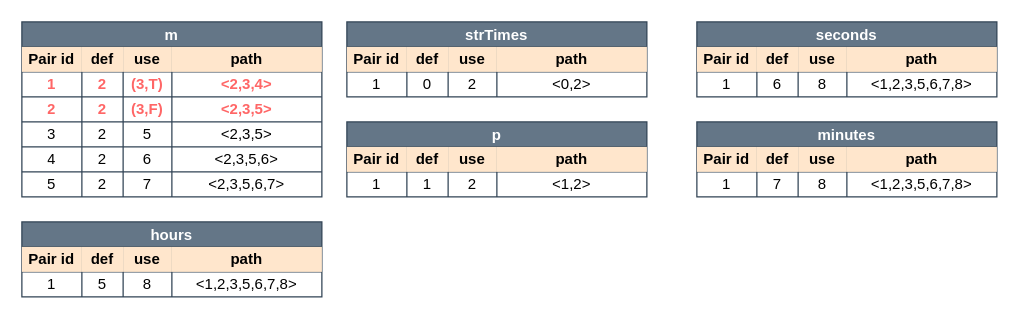
Earlier version of the draw.io diagram page "All-p-uses" (5 of 6) of docs/08_assignment/figures/parseSeconds.drawio (Jumaruba/jtimesched). Source tidied: cells renumbered, new cells numbered last; positions are measured from the earlier drawing's top-left corner, leaving out a move shared by most shapes. Both pictures are drawn from the tidied source at 125%, with x=0, y=0 at pixel (21, 21).
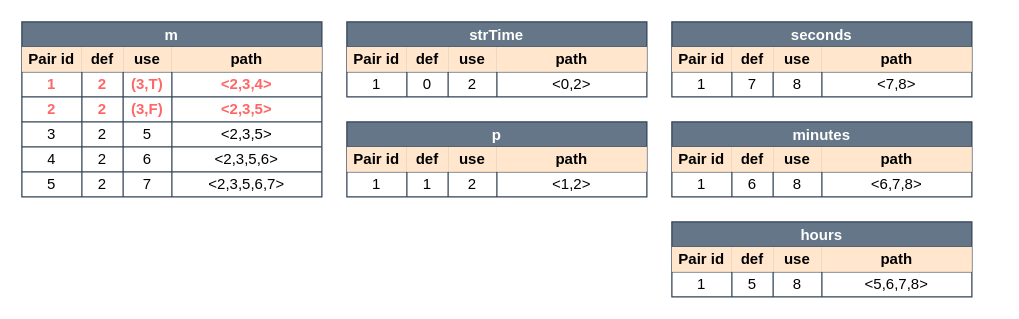
The same diagram, later.

Change to the diagram source:
```diff
@@
-    <mxCell id="33" value="hours" style="shape=table;startSize=20;childLayout=tableLayout;fontStyle=1;align=center;labelBackgroundColor=none;fontSize=12;fillColor=#647687;fontColor=#ffffff;strokeColor=#314354;" parent="1" vertex="1">
-      <mxGeometry y="160" width="240" height="60" as="geometry" />
-    </mxCell>
-    <mxCell id="34" style="shape=partialRectangle;html=1;whiteSpace=wrap;fillColor=none;top=0;left=0;bottom=0;right=0;labelBackgroundColor=none;fontSize=12;" parent="33" vertex="1">
-      <mxGeometry y="20" width="240" height="20" as="geometry" />
-    </mxCell>
-    <mxCell id="35" value="Pair id" style="shape=partialRectangle;html=1;whiteSpace=wrap;fillColor=#ffe6cc;top=0;left=0;bottom=0;right=0;overflow=hidden;labelBackgroundColor=none;fontSize=12;strokeColor=#d79b00;fontStyle=1;" parent="34" vertex="1">
-      <mxGeometry width="48" height="20" as="geometry" />
-    </mxCell>
-    <mxCell id="36" value="def" style="shape=partialRectangle;html=1;whiteSpace=wrap;fillColor=#ffe6cc;top=0;left=0;bottom=0;right=0;overflow=hidden;labelBackgroundColor=none;fontSize=12;strokeColor=#d79b00;fontStyle=1;" parent="34" vertex="1">
-      <mxGeometry x="48" width="33" height="20" as="geometry" />
-    </mxCell>
-    <mxCell id="37" value="use" style="shape=partialRectangle;html=1;whiteSpace=wrap;fillColor=#ffe6cc;top=0;left=0;bottom=0;right=0;overflow=hidden;labelBackgroundColor=none;fontSize=12;strokeColor=#d79b00;fontStyle=1;" parent="34" vertex="1">
-      <mxGeometry x="81" width="39" height="20" as="geometry" />
-    </mxCell>
-    <mxCell id="38" value="path" style="shape=partialRectangle;html=1;whiteSpace=wrap;fillColor=#ffe6cc;top=0;left=0;bottom=0;right=0;overflow=hidden;labelBackgroundColor=none;fontSize=12;strokeColor=#d79b00;fontStyle=1;" parent="34" vertex="1">
-      <mxGeometry x="120" width="120" height="20" as="geometry" />
-    </mxCell>
-    <mxCell id="39" style="shape=partialRectangle;html=1;whiteSpace=wrap;fillColor=none;top=0;left=0;bottom=0;right=0;labelBackgroundColor=none;fontSize=12;" parent="33" vertex="1">
-      <mxGeometry y="40" width="240" height="20" as="geometry" />
-    </mxCell>
-    <mxCell id="40" value="1" style="shape=partialRectangle;html=1;whiteSpace=wrap;fillColor=none;top=0;left=0;bottom=0;right=0;overflow=hidden;labelBackgroundColor=none;fontSize=12;" parent="39" vertex="1">
-      <mxGeometry width="48" height="20" as="geometry" />
-    </mxCell>
-    <mxCell id="41" value="5" style="shape=partialRectangle;html=1;whiteSpace=wrap;fillColor=none;top=0;left=0;bottom=0;right=0;overflow=hidden;labelBackgroundColor=none;fontSize=12;" parent="39" vertex="1">
-      <mxGeometry x="48" width="33" height="20" as="geometry" />
-    </mxCell>
-    <mxCell id="42" value="8" style="shape=partialRectangle;html=1;whiteSpace=wrap;fillColor=none;top=0;left=0;bottom=0;right=0;overflow=hidden;labelBackgroundColor=none;fontSize=12;" parent="39" vertex="1">
-      <mxGeometry x="81" width="39" height="20" as="geometry" />
-    </mxCell>
-    <mxCell id="43" value="&amp;lt;1,2,3,5,6,7,8&amp;gt;" style="shape=partialRectangle;html=1;whiteSpace=wrap;fillColor=none;top=0;left=0;bottom=0;right=0;overflow=hidden;labelBackgroundColor=none;fontSize=12;" parent="39" vertex="1">
-      <mxGeometry x="120" width="120" height="20" as="geometry" />
-    </mxCell>
-    <mxCell id="44" value="seconds" style="shape=table;startSize=20;childLayout=tableLayout;fontStyle=1;align=center;labelBackgroundColor=none;fontSize=12;fillColor=#647687;fontColor=#ffffff;strokeColor=#314354;perimeterSpacing=0;" parent="1" vertex="1">
-      <mxGeometry x="540" width="240" height="60" as="geometry" />
-    </mxCell>
-    <mxCell id="45" style="shape=partialRectangle;html=1;whiteSpace=wrap;fillColor=none;top=0;left=0;bottom=0;right=0;labelBackgroundColor=none;fontSize=12;" parent="44" vertex="1">
-      <mxGeometry y="20" width="240" height="20" as="geometry" />
-    </mxCell>
-    <mxCell id="46" value="Pair id" style="shape=partialRectangle;html=1;whiteSpace=wrap;fillColor=#ffe6cc;top=0;left=0;bottom=0;right=0;overflow=hidden;labelBackgroundColor=none;fontSize=12;strokeColor=#d79b00;fontStyle=1;" parent="45" vertex="1">
-      <mxGeometry width="48" height="20" as="geometry" />
-    </mxCell>
-    <mxCell id="47" value="def" style="shape=partialRectangle;html=1;whiteSpace=wrap;fillColor=#ffe6cc;top=0;left=0;bottom=0;right=0;overflow=hidden;labelBackgroundColor=none;fontSize=12;strokeColor=#d79b00;fontStyle=1;" parent="45" vertex="1">
-      <mxGeometry x="48" width="33" height="20" as="geometry" />
-    </mxCell>
-    <mxCell id="48" value="use" style="shape=partialRectangle;html=1;whiteSpace=wrap;fillColor=#ffe6cc;top=0;left=0;bottom=0;right=0;overflow=hidden;labelBackgroundColor=none;fontSize=12;strokeColor=#d79b00;fontStyle=1;" parent="45" vertex="1">
-      <mxGeometry x="81" width="39" height="20" as="geometry" />
-    </mxCell>
-    <mxCell id="49" value="path" style="shape=partialRectangle;html=1;whiteSpace=wrap;fillColor=#ffe6cc;top=0;left=0;bottom=0;right=0;overflow=hidden;labelBackgroundColor=none;fontSize=12;strokeColor=#d79b00;fontStyle=1;" parent="45" vertex="1">
-      <mxGeometry x="120" width="120" height="20" as="geometry" />
-    </mxCell>
-    <mxCell id="50" style="shape=partialRectangle;html=1;whiteSpace=wrap;fillColor=none;top=0;left=0;bottom=0;right=0;labelBackgroundColor=none;fontSize=12;" parent="44" vertex="1">
-      <mxGeometry y="40" width="240" height="20" as="geometry" />
-    </mxCell>
-    <mxCell id="51" value="1" style="shape=partialRectangle;html=1;whiteSpace=wrap;fillColor=none;top=0;left=0;bottom=0;right=0;overflow=hidden;labelBackgroundColor=none;fontSize=12;" parent="50" vertex="1">
-      <mxGeometry width="48" height="20" as="geometry" />
-    </mxCell>
-    <mxCell id="52" value="6" style="shape=partialRectangle;html=1;whiteSpace=wrap;fillColor=none;top=0;left=0;bottom=0;right=0;overflow=hidden;labelBackgroundColor=none;fontSize=12;" parent="50" vertex="1">
-      <mxGeometry x="48" width="33" height="20" as="geometry" />
-    </mxCell>
-    <mxCell id="53" value="8" style="shape=partialRectangle;html=1;whiteSpace=wrap;fillColor=none;top=0;left=0;bottom=0;right=0;overflow=hidden;labelBackgroundColor=none;fontSize=12;" parent="50" vertex="1">
-      <mxGeometry x="81" width="39" height="20" as="geometry" />
-    </mxCell>
-    <mxCell id="54" value="&amp;lt;1,2,3,5,6,7,8&amp;gt;" style="shape=partialRectangle;html=1;whiteSpace=wrap;fillColor=none;top=0;left=0;bottom=0;right=0;overflow=hidden;labelBackgroundColor=none;fontSize=12;" parent="50" vertex="1">
-      <mxGeometry x="120" width="120" height="20" as="geometry" />
-    </mxCell>
-    <mxCell id="55" value="minutes" style="shape=table;startSize=20;childLayout=tableLayout;fontStyle=1;align=center;labelBackgroundColor=none;fontSize=12;fillColor=#647687;fontColor=#ffffff;strokeColor=#314354;" parent="1" vertex="1">
-      <mxGeometry x="540" y="80" width="240" height="60" as="geometry" />
-    </mxCell>
-    <mxCell id="56" style="shape=partialRectangle;html=1;whiteSpace=wrap;fillColor=none;top=0;left=0;bottom=0;right=0;labelBackgroundColor=none;fontSize=12;" parent="55" vertex="1">
-      <mxGeometry y="20" width="240" height="20" as="geometry" />
-    </mxCell>
-    <mxCell id="57" value="Pair id" style="shape=partialRectangle;html=1;whiteSpace=wrap;fillColor=#ffe6cc;top=0;left=0;bottom=0;right=0;overflow=hidden;labelBackgroundColor=none;fontSize=12;strokeColor=#d79b00;fontStyle=1;" parent="56" vertex="1">
-      <mxGeometry width="48" height="20" as="geometry" />
-    </mxCell>
-    <mxCell id="58" value="def" style="shape=partialRectangle;html=1;whiteSpace=wrap;fillColor=#ffe6cc;top=0;left=0;bottom=0;right=0;overflow=hidden;labelBackgroundColor=none;fontSize=12;strokeColor=#d79b00;fontStyle=1;" parent="56" vertex="1">
-      <mxGeometry x="48" width="33" height="20" as="geometry" />
-    </mxCell>
-    <mxCell id="59" value="use" style="shape=partialRectangle;html=1;whiteSpace=wrap;fillColor=#ffe6cc;top=0;left=0;bottom=0;right=0;overflow=hidden;labelBackgroundColor=none;fontSize=12;strokeColor=#d79b00;fontStyle=1;" parent="56" vertex="1">
-      <mxGeometry x="81" width="39" height="20" as="geometry" />
-    </mxCell>
-    <mxCell id="60" value="path" style="shape=partialRectangle;html=1;whiteSpace=wrap;fillColor=#ffe6cc;top=0;left=0;bottom=0;right=0;overflow=hidden;labelBackgroundColor=none;fontSize=12;strokeColor=#d79b00;fontStyle=1;" parent="56" vertex="1">
-      <mxGeometry x="120" width="120" height="20" as="geometry" />
-    </mxCell>
-    <mxCell id="61" style="shape=partialRectangle;html=1;whiteSpace=wrap;fillColor=none;top=0;left=0;bottom=0;right=0;labelBackgroundColor=none;fontSize=12;" parent="55" vertex="1">
-      <mxGeometry y="40" width="240" height="20" as="geometry" />
-    </mxCell>
-    <mxCell id="62" value="1" style="shape=partialRectangle;html=1;whiteSpace=wrap;fillColor=none;top=0;left=0;bottom=0;right=0;overflow=hidden;labelBackgroundColor=none;fontSize=12;" parent="61" vertex="1">
-      <mxGeometry width="48" height="20" as="geometry" />
-    </mxCell>
-    <mxCell id="63" value="7" style="shape=partialRectangle;html=1;whiteSpace=wrap;fillColor=none;top=0;left=0;bottom=0;right=0;overflow=hidden;labelBackgroundColor=none;fontSize=12;" parent="61" vertex="1">
-      <mxGeometry x="48" width="33" height="20" as="geometry" />
-    </mxCell>
-    <mxCell id="64" value="8" style="shape=partialRectangle;html=1;whiteSpace=wrap;fillColor=none;top=0;left=0;bottom=0;right=0;overflow=hidden;labelBackgroundColor=none;fontSize=12;" parent="61" vertex="1">
-      <mxGeometry x="81" width="39" height="20" as="geometry" />
-    </mxCell>
-    <mxCell id="65" value="&amp;lt;1,2,3,5,6,7,8&amp;gt;" style="shape=partialRectangle;html=1;whiteSpace=wrap;fillColor=none;top=0;left=0;bottom=0;right=0;overflow=hidden;labelBackgroundColor=none;fontSize=12;" parent="61" vertex="1">
-      <mxGeometry x="120" width="120" height="20" as="geometry" />
-    </mxCell>
-    <mxCell id="66" value="strTimes" style="shape=table;startSize=20;childLayout=tableLayout;fontStyle=1;align=center;labelBackgroundColor=none;fontSize=12;fillColor=#647687;fontColor=#ffffff;strokeColor=#314354;" parent="1" vertex="1">
+    <mxCell id="66" value="strTime" style="shape=table;startSize=20;childLayout=tableLayout;fontStyle=1;align=center;labelBackgroundColor=none;fontSize=12;fillColor=#647687;fontColor=#ffffff;strokeColor=#314354;" parent="1" vertex="1">
       <mxGeometry x="260" width="240" height="60" as="geometry" />
     </mxCell>
@@
+    <mxCell id="33" value="hours" style="shape=table;startSize=20;childLayout=tableLayout;fontStyle=1;align=center;labelBackgroundColor=none;fontSize=12;fillColor=#647687;fontColor=#ffffff;strokeColor=#314354;" parent="1" vertex="1">
+      <mxGeometry x="520" y="160" width="240" height="60" as="geometry" />
+    </mxCell>
+    <mxCell id="88" style="shape=partialRectangle;html=1;whiteSpace=wrap;fillColor=none;top=0;left=0;bottom=0;right=0;labelBackgroundColor=none;fontSize=12;" parent="33" vertex="1">
+      <mxGeometry y="20" width="240" height="20" as="geometry" />
+    </mxCell>
+    <mxCell id="89" value="Pair id" style="shape=partialRectangle;html=1;whiteSpace=wrap;fillColor=#ffe6cc;top=0;left=0;bottom=0;right=0;overflow=hidden;labelBackgroundColor=none;fontSize=12;strokeColor=#d79b00;fontStyle=1;" parent="88" vertex="1">
+      <mxGeometry width="48" height="20" as="geometry" />
+    </mxCell>
+    <mxCell id="90" value="def" style="shape=partialRectangle;html=1;whiteSpace=wrap;fillColor=#ffe6cc;top=0;left=0;bottom=0;right=0;overflow=hidden;labelBackgroundColor=none;fontSize=12;strokeColor=#d79b00;fontStyle=1;" parent="88" vertex="1">
+      <mxGeometry x="48" width="33" height="20" as="geometry" />
+    </mxCell>
+    <mxCell id="91" value="use" style="shape=partialRectangle;html=1;whiteSpace=wrap;fillColor=#ffe6cc;top=0;left=0;bottom=0;right=0;overflow=hidden;labelBackgroundColor=none;fontSize=12;strokeColor=#d79b00;fontStyle=1;" parent="88" vertex="1">
+      <mxGeometry x="81" width="39" height="20" as="geometry" />
+    </mxCell>
+    <mxCell id="92" value="path" style="shape=partialRectangle;html=1;whiteSpace=wrap;fillColor=#ffe6cc;top=0;left=0;bottom=0;right=0;overflow=hidden;labelBackgroundColor=none;fontSize=12;strokeColor=#d79b00;fontStyle=1;" parent="88" vertex="1">
+      <mxGeometry x="120" width="120" height="20" as="geometry" />
+    </mxCell>
+    <mxCell id="93" style="shape=partialRectangle;html=1;whiteSpace=wrap;fillColor=none;top=0;left=0;bottom=0;right=0;labelBackgroundColor=none;fontSize=12;" parent="33" vertex="1">
+      <mxGeometry y="40" width="240" height="20" as="geometry" />
+    </mxCell>
+    <mxCell id="94" value="1" style="shape=partialRectangle;html=1;whiteSpace=wrap;fillColor=none;top=0;left=0;bottom=0;right=0;overflow=hidden;labelBackgroundColor=none;fontSize=12;" parent="93" vertex="1">
+      <mxGeometry width="48" height="20" as="geometry" />
+    </mxCell>
+    <mxCell id="41" value="5" style="shape=partialRectangle;html=1;whiteSpace=wrap;fillColor=none;top=0;left=0;bottom=0;right=0;overflow=hidden;labelBackgroundColor=none;fontSize=12;" parent="93" vertex="1">
+      <mxGeometry x="48" width="33" height="20" as="geometry" />
+    </mxCell>
+    <mxCell id="95" value="8" style="shape=partialRectangle;html=1;whiteSpace=wrap;fillColor=none;top=0;left=0;bottom=0;right=0;overflow=hidden;labelBackgroundColor=none;fontSize=12;" parent="93" vertex="1">
+      <mxGeometry x="81" width="39" height="20" as="geometry" />
+    </mxCell>
+    <mxCell id="96" value="&amp;lt;5,6,7,8&amp;gt;" style="shape=partialRectangle;html=1;whiteSpace=wrap;fillColor=none;top=0;left=0;bottom=0;right=0;overflow=hidden;labelBackgroundColor=none;fontSize=12;" parent="93" vertex="1">
+      <mxGeometry x="120" width="120" height="20" as="geometry" />
+    </mxCell>
+    <mxCell id="44" value="seconds" style="shape=table;startSize=20;childLayout=tableLayout;fontStyle=1;align=center;labelBackgroundColor=none;fontSize=12;fillColor=#647687;fontColor=#ffffff;strokeColor=#314354;perimeterSpacing=0;" parent="1" vertex="1">
+      <mxGeometry x="520" width="240" height="60" as="geometry" />
+    </mxCell>
+    <mxCell id="97" style="shape=partialRectangle;html=1;whiteSpace=wrap;fillColor=none;top=0;left=0;bottom=0;right=0;labelBackgroundColor=none;fontSize=12;" parent="44" vertex="1">
+      <mxGeometry y="20" width="240" height="20" as="geometry" />
+    </mxCell>
+    <mxCell id="98" value="Pair id" style="shape=partialRectangle;html=1;whiteSpace=wrap;fillColor=#ffe6cc;top=0;left=0;bottom=0;right=0;overflow=hidden;labelBackgroundColor=none;fontSize=12;strokeColor=#d79b00;fontStyle=1;" parent="97" vertex="1">
+      <mxGeometry width="48" height="20" as="geometry" />
+    </mxCell>
+    <mxCell id="99" value="def" style="shape=partialRectangle;html=1;whiteSpace=wrap;fillColor=#ffe6cc;top=0;left=0;bottom=0;right=0;overflow=hidden;labelBackgroundColor=none;fontSize=12;strokeColor=#d79b00;fontStyle=1;" parent="97" vertex="1">
+      <mxGeometry x="48" width="33" height="20" as="geometry" />
+    </mxCell>
+    <mxCell id="100" value="use" style="shape=partialRectangle;html=1;whiteSpace=wrap;fillColor=#ffe6cc;top=0;left=0;bottom=0;right=0;overflow=hidden;labelBackgroundColor=none;fontSize=12;strokeColor=#d79b00;fontStyle=1;" parent="97" vertex="1">
+      <mxGeometry x="81" width="39" height="20" as="geometry" />
+    </mxCell>
+    <mxCell id="101" value="path" style="shape=partialRectangle;html=1;whiteSpace=wrap;fillColor=#ffe6cc;top=0;left=0;bottom=0;right=0;overflow=hidden;labelBackgroundColor=none;fontSize=12;strokeColor=#d79b00;fontStyle=1;" parent="97" vertex="1">
+      <mxGeometry x="120" width="120" height="20" as="geometry" />
+    </mxCell>
+    <mxCell id="102" style="shape=partialRectangle;html=1;whiteSpace=wrap;fillColor=none;top=0;left=0;bottom=0;right=0;labelBackgroundColor=none;fontSize=12;" parent="44" vertex="1">
+      <mxGeometry y="40" width="240" height="20" as="geometry" />
+    </mxCell>
+    <mxCell id="103" value="1" style="shape=partialRectangle;html=1;whiteSpace=wrap;fillColor=none;top=0;left=0;bottom=0;right=0;overflow=hidden;labelBackgroundColor=none;fontSize=12;" parent="102" vertex="1">
+      <mxGeometry width="48" height="20" as="geometry" />
+    </mxCell>
+    <mxCell id="63" value="7" style="shape=partialRectangle;html=1;whiteSpace=wrap;fillColor=none;top=0;left=0;bottom=0;right=0;overflow=hidden;labelBackgroundColor=none;fontSize=12;" parent="102" vertex="1">
+      <mxGeometry x="48" width="33" height="20" as="geometry" />
+    </mxCell>
+    <mxCell id="104" value="8" style="shape=partialRectangle;html=1;whiteSpace=wrap;fillColor=none;top=0;left=0;bottom=0;right=0;overflow=hidden;labelBackgroundColor=none;fontSize=12;" parent="102" vertex="1">
+      <mxGeometry x="81" width="39" height="20" as="geometry" />
+    </mxCell>
+    <mxCell id="105" value="&amp;lt;7,8&amp;gt;" style="shape=partialRectangle;html=1;whiteSpace=wrap;fillColor=none;top=0;left=0;bottom=0;right=0;overflow=hidden;labelBackgroundColor=none;fontSize=12;" parent="102" vertex="1">
+      <mxGeometry x="120" width="120" height="20" as="geometry" />
+    </mxCell>
+    <mxCell id="55" value="minutes" style="shape=table;startSize=20;childLayout=tableLayout;fontStyle=1;align=center;labelBackgroundColor=none;fontSize=12;fillColor=#647687;fontColor=#ffffff;strokeColor=#314354;" parent="1" vertex="1">
+      <mxGeometry x="520" y="80" width="240" height="60" as="geometry" />
+    </mxCell>
+    <mxCell id="106" style="shape=partialRectangle;html=1;whiteSpace=wrap;fillColor=none;top=0;left=0;bottom=0;right=0;labelBackgroundColor=none;fontSize=12;" parent="55" vertex="1">
+      <mxGeometry y="20" width="240" height="20" as="geometry" />
+    </mxCell>
+    <mxCell id="107" value="Pair id" style="shape=partialRectangle;html=1;whiteSpace=wrap;fillColor=#ffe6cc;top=0;left=0;bottom=0;right=0;overflow=hidden;labelBackgroundColor=none;fontSize=12;strokeColor=#d79b00;fontStyle=1;" parent="106" vertex="1">
+      <mxGeometry width="48" height="20" as="geometry" />
+    </mxCell>
+    <mxCell id="108" value="def" style="shape=partialRectangle;html=1;whiteSpace=wrap;fillColor=#ffe6cc;top=0;left=0;bottom=0;right=0;overflow=hidden;labelBackgroundColor=none;fontSize=12;strokeColor=#d79b00;fontStyle=1;" parent="106" vertex="1">
+      <mxGeometry x="48" width="33" height="20" as="geometry" />
+    </mxCell>
+    <mxCell id="109" value="use" style="shape=partialRectangle;html=1;whiteSpace=wrap;fillColor=#ffe6cc;top=0;left=0;bottom=0;right=0;overflow=hidden;labelBackgroundColor=none;fontSize=12;strokeColor=#d79b00;fontStyle=1;" parent="106" vertex="1">
+      <mxGeometry x="81" width="39" height="20" as="geometry" />
+    </mxCell>
+    <mxCell id="110" value="path" style="shape=partialRectangle;html=1;whiteSpace=wrap;fillColor=#ffe6cc;top=0;left=0;bottom=0;right=0;overflow=hidden;labelBackgroundColor=none;fontSize=12;strokeColor=#d79b00;fontStyle=1;" parent="106" vertex="1">
+      <mxGeometry x="120" width="120" height="20" as="geometry" />
+    </mxCell>
+    <mxCell id="111" style="shape=partialRectangle;html=1;whiteSpace=wrap;fillColor=none;top=0;left=0;bottom=0;right=0;labelBackgroundColor=none;fontSize=12;" parent="55" vertex="1">
+      <mxGeometry y="40" width="240" height="20" as="geometry" />
+    </mxCell>
+    <mxCell id="112" value="1" style="shape=partialRectangle;html=1;whiteSpace=wrap;fillColor=none;top=0;left=0;bottom=0;right=0;overflow=hidden;labelBackgroundColor=none;fontSize=12;" parent="111" vertex="1">
+      <mxGeometry width="48" height="20" as="geometry" />
+    </mxCell>
+    <mxCell id="52" value="6" style="shape=partialRectangle;html=1;whiteSpace=wrap;fillColor=none;top=0;left=0;bottom=0;right=0;overflow=hidden;labelBackgroundColor=none;fontSize=12;" parent="111" vertex="1">
+      <mxGeometry x="48" width="33" height="20" as="geometry" />
+    </mxCell>
+    <mxCell id="113" value="8" style="shape=partialRectangle;html=1;whiteSpace=wrap;fillColor=none;top=0;left=0;bottom=0;right=0;overflow=hidden;labelBackgroundColor=none;fontSize=12;" parent="111" vertex="1">
+      <mxGeometry x="81" width="39" height="20" as="geometry" />
+    </mxCell>
+    <mxCell id="114" value="&amp;lt;6,7,8&amp;gt;" style="shape=partialRectangle;html=1;whiteSpace=wrap;fillColor=none;top=0;left=0;bottom=0;right=0;overflow=hidden;labelBackgroundColor=none;fontSize=12;" parent="111" vertex="1">
+      <mxGeometry x="120" width="120" height="20" as="geometry" />
+    </mxCell>
```
